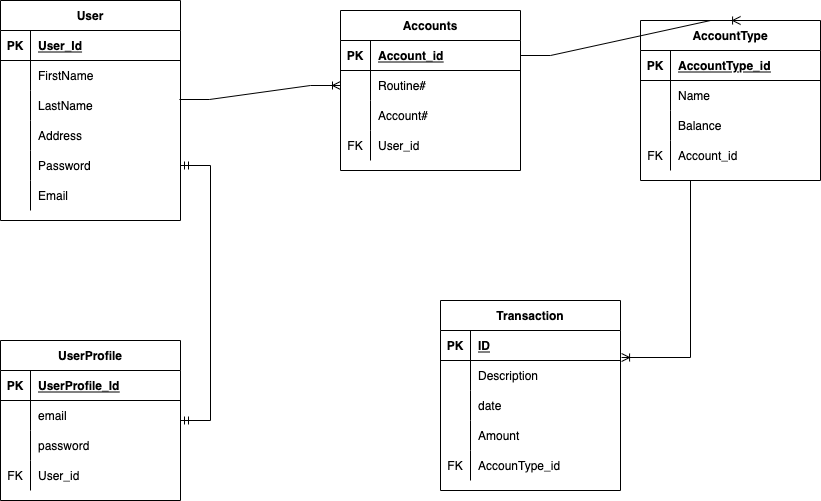
Earlier version of the draw.io export banking app.drawio.png (EricBrown589/unit-2-project). Source tidied: cells renumbered, new cells last; positions are measured from the earlier drawing's top-left corner, leaving out a move shared by most shapes.
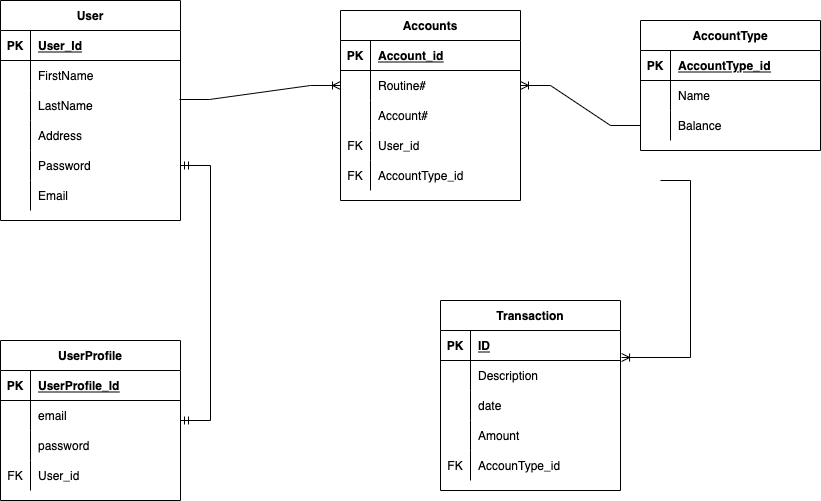
Later version of the same file.

The edit, as a diff of the source:
```diff
@@ -60,7 +60,7 @@
       <mxGeometry x="30" width="150" height="30" as="geometry" />
     </mxCell>
     <mxCell id="21" value="Accounts" style="shape=table;startSize=30;rowLines=0;fontStyle=1;align=center;" parent="1" vertex="1">
-      <mxGeometry x="340" y="10" width="180" height="160" as="geometry" />
+      <mxGeometry x="340" y="10" width="180" height="190" as="geometry" />
     </mxCell>
     <mxCell id="22" style="shape=partialRectangle;fillColor=none;top=0;left=0;bottom=1;right=0;points=[[0,0.5],[1,0.5]];portConstraint=eastwest;" parent="21" vertex="1">
       <mxGeometry y="30" width="180" height="30" as="geometry" />
@@ -98,8 +98,17 @@
     <mxCell id="33" value="User_id" style="shape=partialRectangle;fillColor=none;top=0;left=0;bottom=0;right=0;align=left;spacingLeft=6;overflow=hidden;" parent="31" vertex="1">
       <mxGeometry x="30" width="150" height="30" as="geometry" />
     </mxCell>
+    <mxCell id="80" style="shape=partialRectangle;fillColor=none;top=0;left=0;bottom=0;right=0;" parent="21" vertex="1">
+      <mxGeometry y="150" width="180" height="30" as="geometry" />
+    </mxCell>
+    <mxCell id="45" value="FK" style="shape=partialRectangle;fillColor=none;top=0;left=0;bottom=0;right=0;overflow=hidden;" parent="80" vertex="1">
+      <mxGeometry width="30" height="30" as="geometry" />
+    </mxCell>
+    <mxCell id="81" value="AccountType_id" style="shape=partialRectangle;fillColor=none;top=0;left=0;bottom=0;right=0;align=left;spacingLeft=6;overflow=hidden;" parent="80" vertex="1">
+      <mxGeometry x="30" width="150" height="30" as="geometry" />
+    </mxCell>
     <mxCell id="34" value="AccountType" style="shape=table;startSize=30;rowLines=0;fontStyle=1;align=center;" parent="1" vertex="1">
-      <mxGeometry x="640" y="20" width="180" height="160" as="geometry" />
+      <mxGeometry x="640" y="20" width="180" height="130" as="geometry" />
     </mxCell>
     <mxCell id="35" style="shape=partialRectangle;fillColor=none;top=0;left=0;bottom=1;right=0;" parent="34" vertex="1">
       <mxGeometry y="30" width="180" height="30" as="geometry" />
@@ -128,19 +137,10 @@
     <mxCell id="43" value="Balance" style="shape=partialRectangle;fillColor=none;top=0;left=0;bottom=0;right=0;align=left;spacingLeft=6;overflow=hidden;" parent="41" vertex="1">
       <mxGeometry x="30" width="150" height="30" as="geometry" />
     </mxCell>
-    <mxCell id="44" style="shape=partialRectangle;fillColor=none;top=0;left=0;bottom=0;right=0;" parent="34" vertex="1">
-      <mxGeometry y="120" width="180" height="30" as="geometry" />
-    </mxCell>
-    <mxCell id="45" value="FK" style="shape=partialRectangle;fillColor=none;top=0;left=0;bottom=0;right=0;overflow=hidden;" parent="44" vertex="1">
-      <mxGeometry width="30" height="30" as="geometry" />
-    </mxCell>
-    <mxCell id="46" value="Account_id" style="shape=partialRectangle;fillColor=none;top=0;left=0;bottom=0;right=0;align=left;spacingLeft=6;overflow=hidden;" parent="44" vertex="1">
-      <mxGeometry x="30" width="150" height="30" as="geometry" />
-    </mxCell>
     <mxCell id="47" style="edgeStyle=entityRelationEdgeStyle;fontSize=12;html=1;endArrow=ERoneToMany;rounded=0;exitX=0.994;exitY=0.3;exitDx=0;exitDy=0;exitPerimeter=0;entryX=0;entryY=0.5;entryDx=0;entryDy=0;" parent="1" edge="1" source="9" target="25">
       <mxGeometry relative="1" as="geometry" />
     </mxCell>
-    <mxCell id="48" style="edgeStyle=entityRelationEdgeStyle;fontSize=12;html=1;endArrow=ERoneToMany;rounded=0;exitX=1;exitY=0.5;exitDx=0;exitDy=0;entryX=0.556;entryY=0;entryDx=0;entryDy=0;entryPerimeter=0;" parent="1" edge="1" source="22" target="34">
+    <mxCell id="48" style="edgeStyle=entityRelationEdgeStyle;fontSize=12;html=1;endArrow=ERoneToMany;rounded=0;exitX=0;exitY=0.5;exitDx=0;exitDy=0;" parent="1" edge="1" source="41" target="25">
       <mxGeometry relative="1" as="geometry" />
     </mxCell>
     <mxCell id="49" value="Transaction" style="shape=table;startSize=30;rowLines=0;fontStyle=1;align=center;" parent="1" vertex="1">
```
